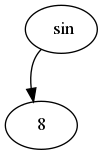
The Graphviz diagram diff/tree.png in alextroegubov/Technotrack-C-course, before a commit. Its source is kept beside it as diff/tree.dot.
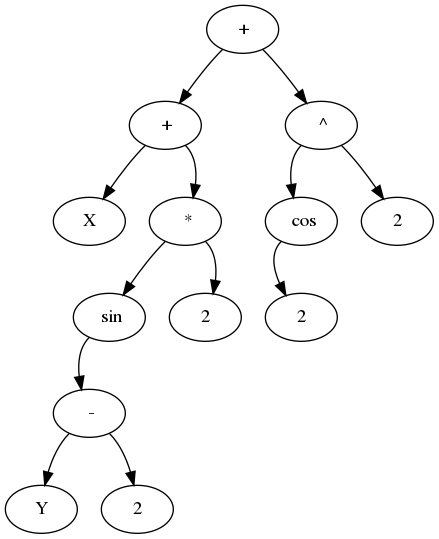
After the change.

What changed in the source:
```diff
@@ -1,6 +1,28 @@
 digraph G {
-93877041186448[label = "8"]
-93877041186528[label = " sin"]
-93877041186528:sw ->93877041186448;
+94543191529104[label = "X"]
+94543191530704[label = " +"]
+94543191530704:sw ->94543191529104;
+94543191530704:se ->94543191530624;
+94543191530224[label = "Y"]
+94543191530384[label = " -"]
+94543191530384:sw ->94543191530224;
+94543191530384:se ->94543191530304;
+94543191530304[label = "2"]
+94543191530464[label = " sin"]
+94543191530464:sw ->94543191530384;
+94543191530624[label = " *"]
+94543191530624:sw ->94543191530464;
+94543191530624:se ->94543191530544;
+94543191530544[label = "2"]
+94543191531104[label = " +"]
+94543191531104:sw ->94543191530704;
+94543191531104:se ->94543191531024;
+94543191530784[label = "2"]
+94543191530864[label = " cos"]
+94543191530864:sw ->94543191530784;
+94543191531024[label = " ^"]
+94543191531024:sw ->94543191530864;
+94543191531024:se ->94543191530944;
+94543191530944[label = "2"]
 
 }
```
